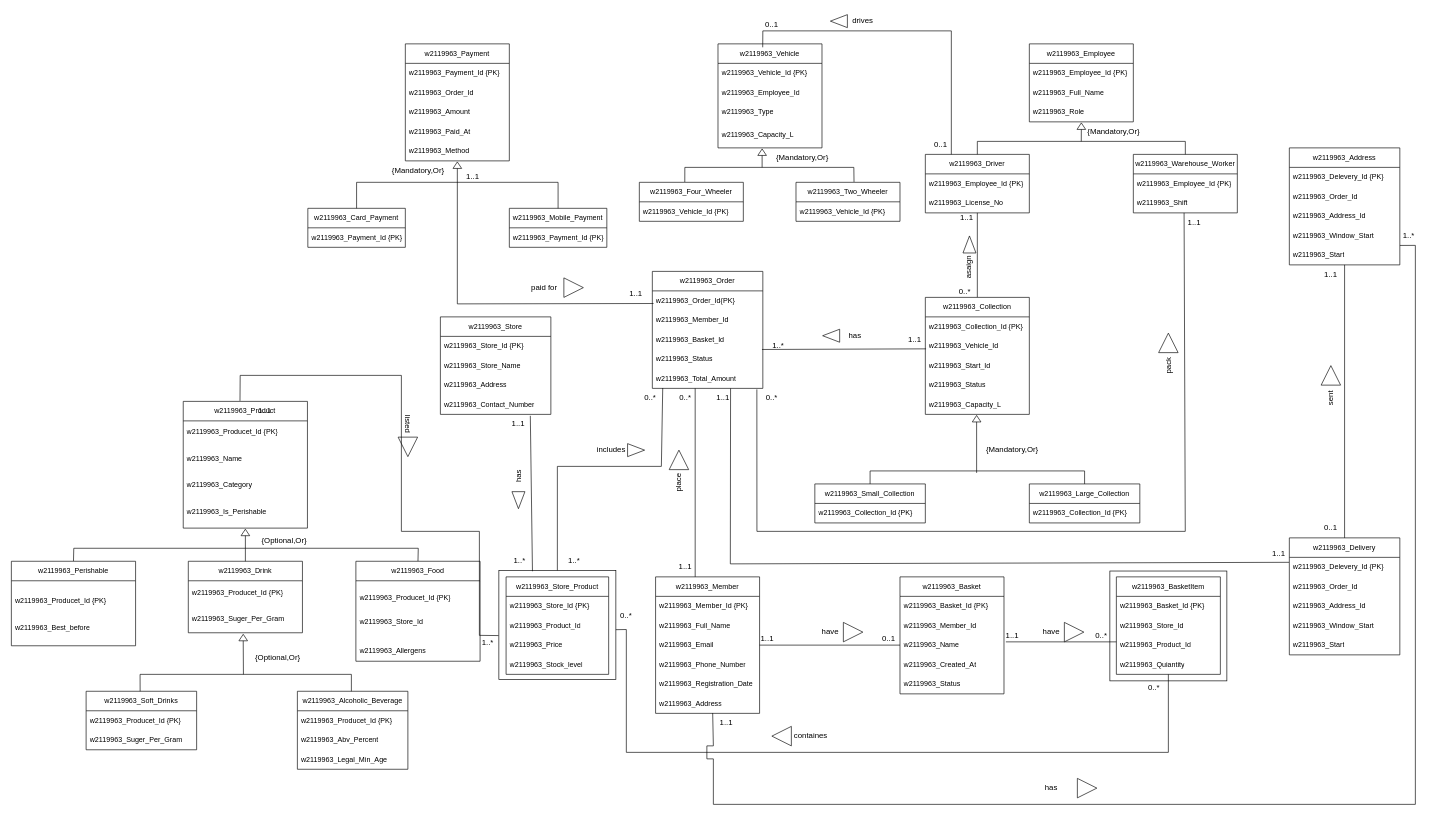
The draw.io diagram page "fuck-around" (2 of 2) of DB_CW_partA.drawio in Anuja-jayasinghe/DrawIo_Projects, before the edit. Source tidied: cells renumbered, new cells numbered last; positions are measured from the earlier drawing's top-left corner, leaving out a move shared by most shapes. Both pictures are drawn from the tidied source at 65%, with x=0, y=0 at pixel (11, 11).
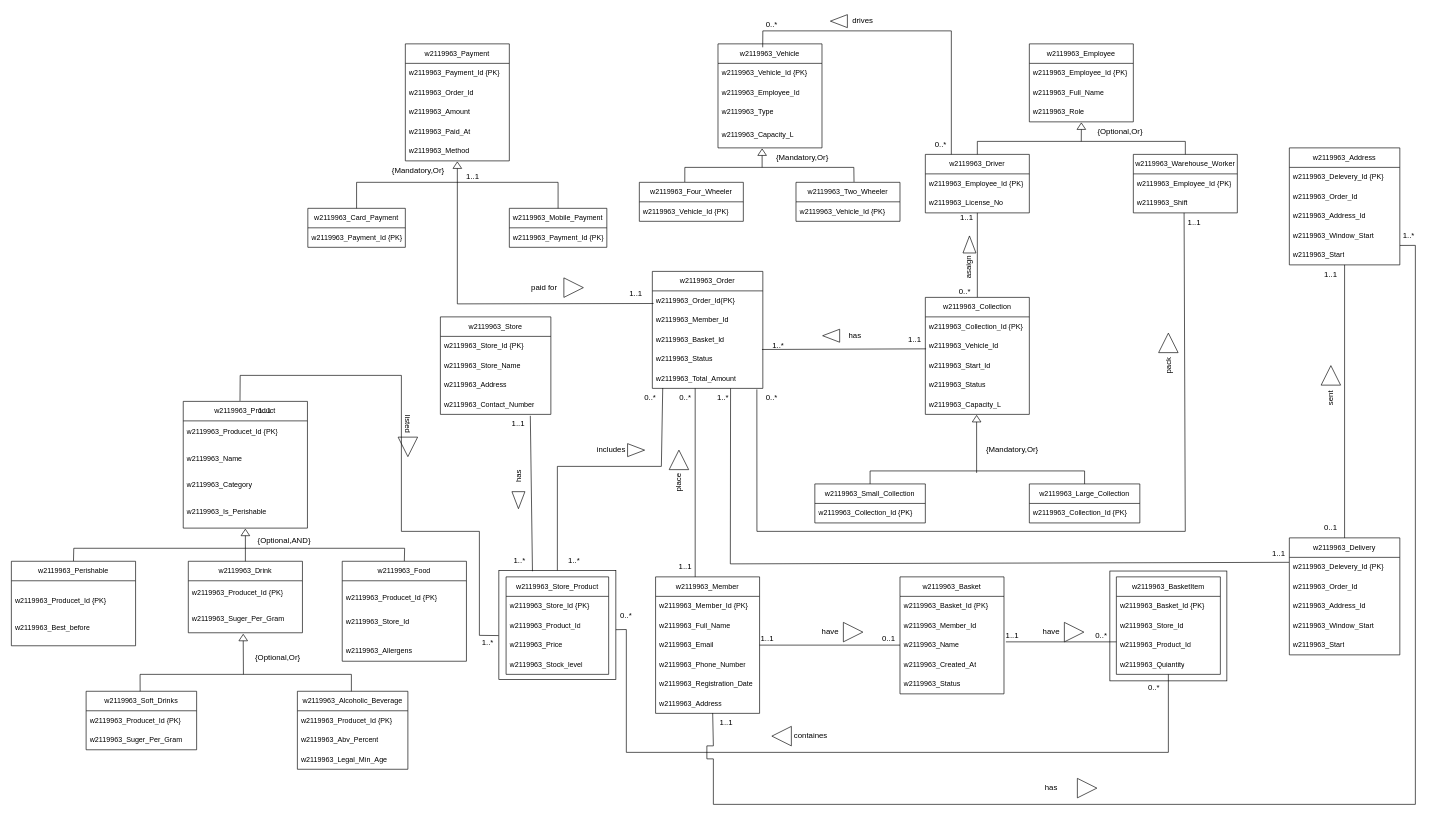
The same diagram, later.

Unchanged cells that the change refers to:
```xml
<mxCell id="39" style="group;" parent="1" vertex="1">
  <mxGeometry x="1406.1" y="50" width="480" height="260" as="geometry" />
</mxCell>
<mxCell id="156" style="group;" parent="1" vertex="1">
  <mxGeometry y="600" width="721.1" height="566" as="geometry" />
</mxCell>
<mxCell id="172" value="w2119963_Food" style="swimlane;fontStyle=0;horizontal=1;startSize=30;whiteSpace=wrap;html=1;fontSize=11;" parent="171" vertex="1">
  <mxGeometry width="191.1" height="153.8" as="geometry" />
</mxCell>
<mxCell id="181" value="w2119963_Perishable" style="swimlane;fontStyle=0;horizontal=1;startSize=30;whiteSpace=wrap;html=1;fontSize=11;" parent="180" vertex="1">
  <mxGeometry width="191.1" height="130" as="geometry" />
</mxCell>
```

The edit, as a diff of the source:
```diff
@@
-    <mxCell id="51" value="{Mandatory,Or}" style="text;html=1;whiteSpace=wrap;strokeColor=none;fillColor=none;align=center;verticalAlign=middle;rounded=0;" parent="39" vertex="1">
-      <mxGeometry x="260" y="120" width="60" height="30" as="geometry" />
+    <mxCell id="51" value="{Optional,Or}" style="text;html=1;whiteSpace=wrap;strokeColor=none;fillColor=none;align=center;verticalAlign=middle;rounded=0;" parent="39" vertex="1">
+      <mxGeometry x="260" y="120" width="80" height="30" as="geometry" />
     </mxCell>
@@
-    <mxCell id="111" value="1..1" style="text;html=1;whiteSpace=wrap;strokeColor=none;fillColor=none;align=center;verticalAlign=middle;rounded=0;" parent="1" vertex="1">
+    <mxCell id="111" value="1..*" style="text;html=1;whiteSpace=wrap;strokeColor=none;fillColor=none;align=center;verticalAlign=middle;rounded=0;" parent="1" vertex="1">
       <mxGeometry x="1065" y="580" width="60" height="30" as="geometry" />
     </mxCell>
@@
-    <mxCell id="136" value="0..1" style="text;html=1;whiteSpace=wrap;strokeColor=none;fillColor=none;align=center;verticalAlign=middle;rounded=0;" parent="1" vertex="1">
+    <mxCell id="136" value="0..*" style="text;html=1;whiteSpace=wrap;strokeColor=none;fillColor=none;align=center;verticalAlign=middle;rounded=0;" parent="1" vertex="1">
       <mxGeometry x="1140" y="5" width="60" height="30" as="geometry" />
     </mxCell>
-    <mxCell id="137" value="0..1" style="text;html=1;whiteSpace=wrap;strokeColor=none;fillColor=none;align=center;verticalAlign=middle;rounded=0;" parent="1" vertex="1">
+    <mxCell id="137" value="0..*" style="text;html=1;whiteSpace=wrap;strokeColor=none;fillColor=none;align=center;verticalAlign=middle;rounded=0;" parent="1" vertex="1">
       <mxGeometry x="1400" y="190" width="60" height="30" as="geometry" />
     </mxCell>
@@
     <mxCell id="165" style="endArrow=none;html=1;rounded=0;exitX=0.5;exitY=0;exitDx=0;exitDy=0;entryX=0.5;entryY=0;entryDx=0;entryDy=0;" parent="156" edge="1" source="181" target="172">
       <mxGeometry relative="1" as="geometry">
         <Array as="points">
           <mxPoint x="96" y="226" />
           <mxPoint x="360" y="226" />
-          <mxPoint x="626" y="226" />
+          <mxPoint x="605" y="226" />
         </Array>
       </mxGeometry>
     </mxCell>
@@
     <mxCell id="171" style="group;" parent="156" vertex="1">
-      <mxGeometry x="530" y="246" width="191.1" height="158.8" as="geometry" />
+      <mxGeometry x="509" y="246" width="191.1" height="158.8" as="geometry" />
     </mxCell>
@@
-    <mxCell id="185" value="{Optional,Or}" style="text;html=1;whiteSpace=wrap;strokeColor=none;fillColor=none;align=center;verticalAlign=middle;rounded=0;" parent="156" vertex="1">
+    <mxCell id="185" value="{Optional,AND}" style="text;html=1;whiteSpace=wrap;strokeColor=none;fillColor=none;align=center;verticalAlign=middle;rounded=0;" parent="156" vertex="1">
       <mxGeometry x="370" y="200" width="100" height="30" as="geometry" />
     </mxCell>
```
